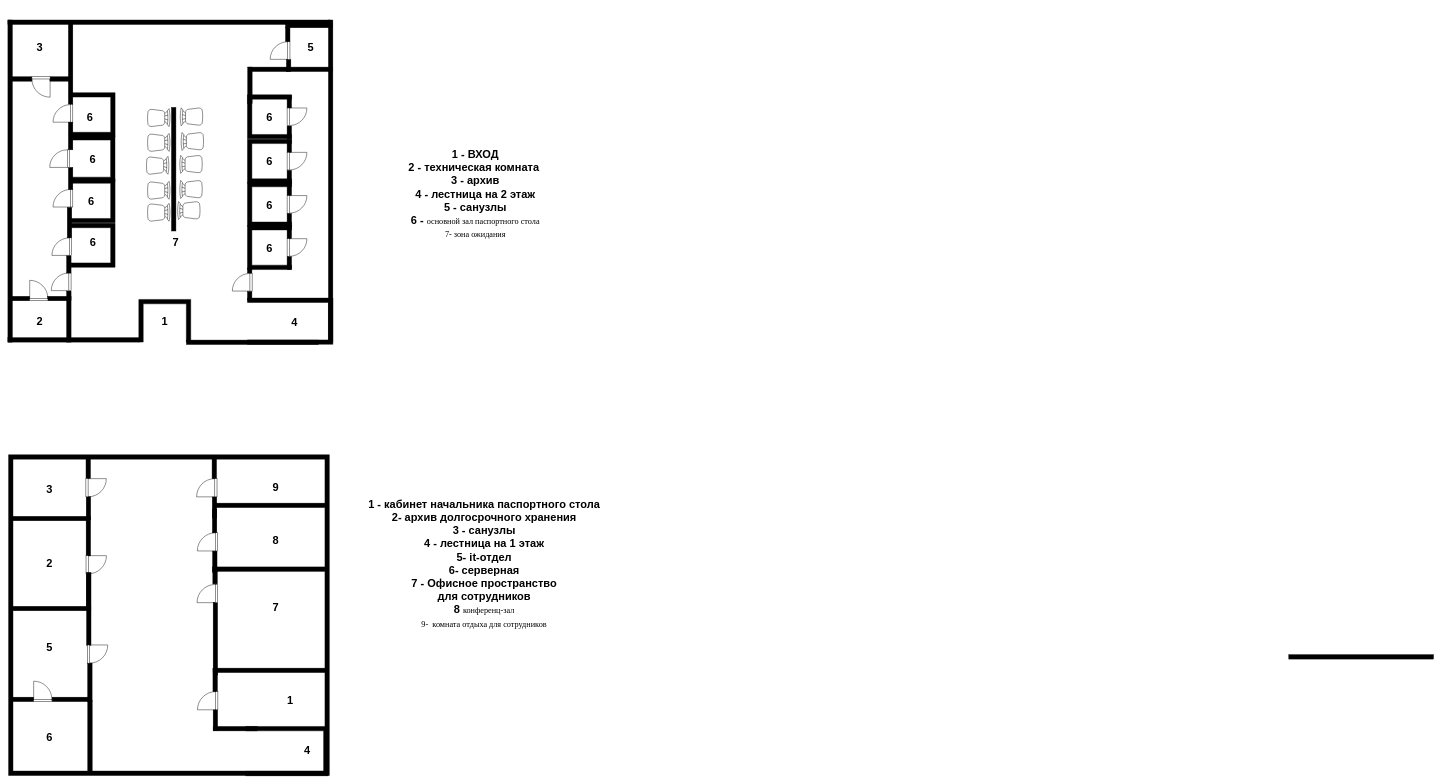
Above: 10семетр/СЕТИ/План здания.drawio in semenovMaksWeb/biti (draw.io), before the change. Source tidied: cells renumbered, new cells numbered last; positions are measured from the earlier drawing's top-left corner, leaving out a move shared by most shapes. Both pictures are drawn from the tidied source at 44%, with x=0, y=0 at pixel (-151, -139).
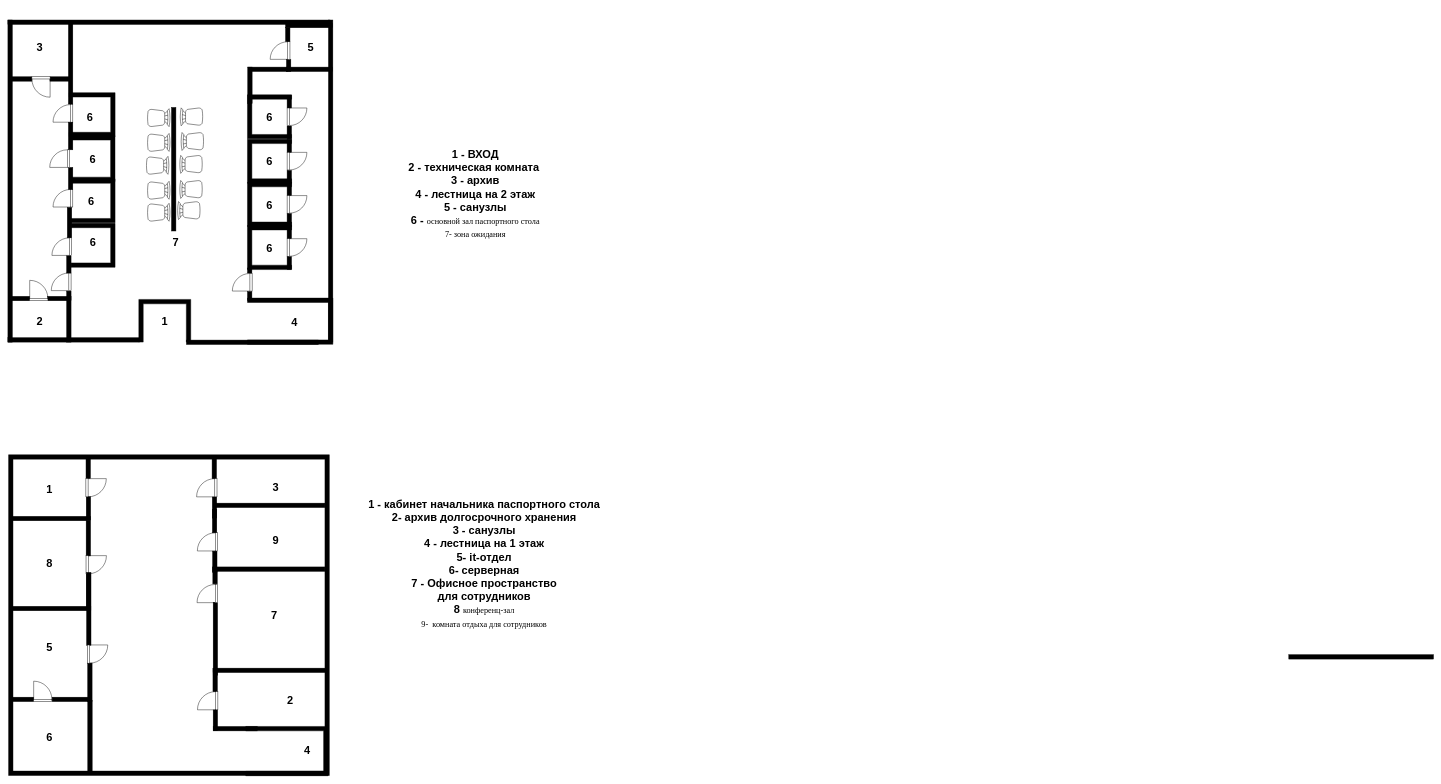
The same diagram, later.

Unchanged cells that the change refers to:
```xml
<mxCell id="125" style="group;rotation=-180;" parent="1" vertex="1">
  <mxGeometry x="794" y="1565.5" width="288" height="207" as="geometry" />
</mxCell>
```

What changed in the source:
```diff
@@
-    <mxCell id="102" value="&lt;b&gt;3&lt;/b&gt;" style="text;html=1;align=center;verticalAlign=middle;whiteSpace=wrap;rounded=0;fontSize=25;" parent="1" vertex="1">
+    <mxCell id="102" value="&lt;b&gt;1&lt;/b&gt;" style="text;html=1;align=center;verticalAlign=middle;whiteSpace=wrap;rounded=0;fontSize=25;" parent="1" vertex="1">
       <mxGeometry x="426" y="1411" width="60" height="30" as="geometry" />
     </mxCell>
@@
-    <mxCell id="113" value="&lt;b&gt;1&lt;/b&gt;" style="text;html=1;align=center;verticalAlign=middle;whiteSpace=wrap;rounded=0;fontSize=25;" parent="1" vertex="1">
+    <mxCell id="113" value="&lt;b&gt;2&lt;/b&gt;" style="text;html=1;align=center;verticalAlign=middle;whiteSpace=wrap;rounded=0;fontSize=25;" parent="1" vertex="1">
       <mxGeometry x="973" y="1891" width="60" height="30" as="geometry" />
     </mxCell>
-    <mxCell id="114" value="&lt;b&gt;2&lt;/b&gt;" style="text;html=1;align=center;verticalAlign=middle;whiteSpace=wrap;rounded=0;fontSize=25;" parent="1" vertex="1">
+    <mxCell id="114" value="&lt;b&gt;8&lt;/b&gt;" style="text;html=1;align=center;verticalAlign=middle;whiteSpace=wrap;rounded=0;fontSize=25;" parent="1" vertex="1">
       <mxGeometry x="426" y="1580" width="60" height="30" as="geometry" />
     </mxCell>
@@
     <mxCell id="129" value="&lt;b&gt;7&lt;/b&gt;" style="text;html=1;align=center;verticalAlign=middle;whiteSpace=wrap;rounded=0;fontSize=25;" parent="125" vertex="1">
-      <mxGeometry x="146" y="114.5" width="60" height="30" as="geometry" />
+      <mxGeometry x="143" y="131.5" width="60" height="30" as="geometry" />
     </mxCell>
@@
-    <mxCell id="140" value="&lt;b&gt;9&lt;/b&gt;" style="text;html=1;align=center;verticalAlign=middle;whiteSpace=wrap;rounded=0;fontSize=25;" parent="1" vertex="1">
+    <mxCell id="140" value="&lt;b&gt;3&lt;/b&gt;" style="text;html=1;align=center;verticalAlign=middle;whiteSpace=wrap;rounded=0;fontSize=25;" parent="1" vertex="1">
       <mxGeometry x="940" y="1408" width="60" height="30" as="geometry" />
     </mxCell>
-    <mxCell id="141" value="&lt;b&gt;8&lt;/b&gt;" style="text;html=1;align=center;verticalAlign=middle;whiteSpace=wrap;rounded=0;fontSize=25;" parent="1" vertex="1">
+    <mxCell id="141" value="&lt;b&gt;9&lt;/b&gt;" style="text;html=1;align=center;verticalAlign=middle;whiteSpace=wrap;rounded=0;fontSize=25;" parent="1" vertex="1">
       <mxGeometry x="940" y="1527" width="60" height="30" as="geometry" />
     </mxCell>
```
